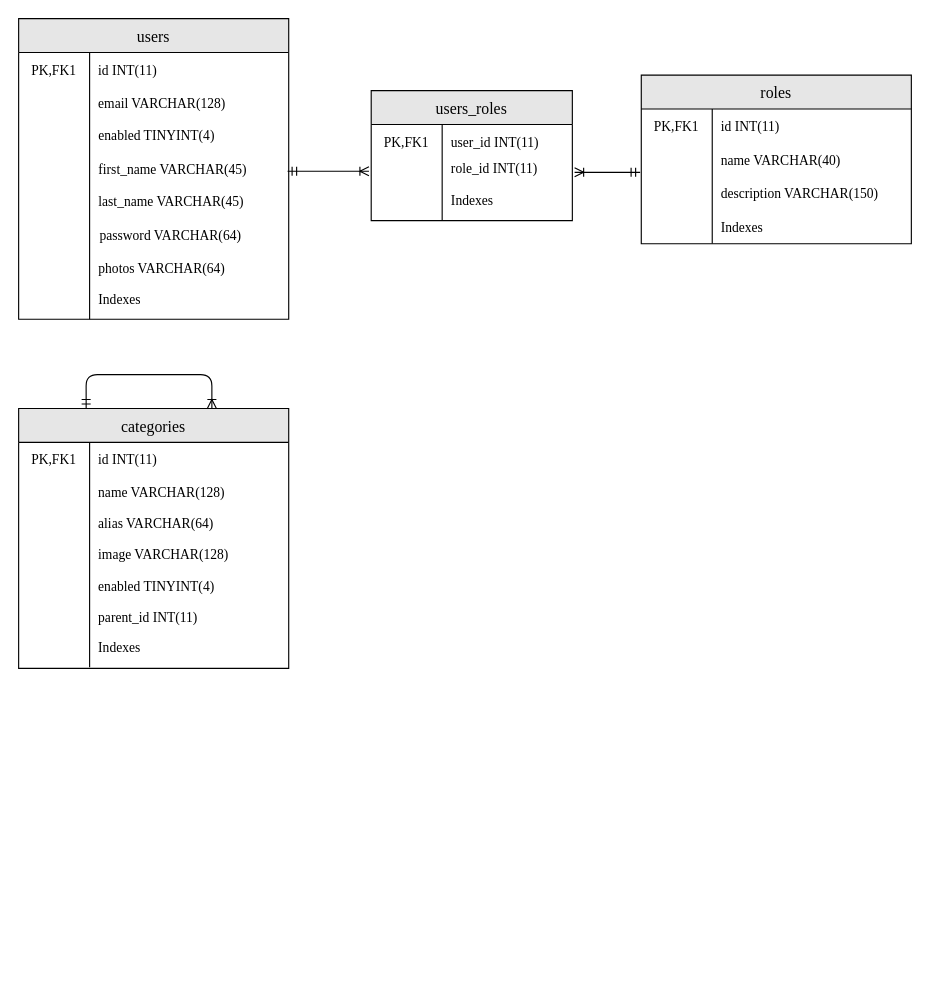
The draw.io diagram page "Admin-ER-01" (2 of 2) of 03-Solution Design/02-Use Case, Classes, Database/ER Diagram.drawio in jiangchufeng/Conversion-Final-Project-Spring-Boot-Online-Shopping-Website, before the edit. Source tidied: cells renumbered, new cells numbered last; positions are measured from the earlier drawing's top-left corner, leaving out a move shared by most shapes. Both pictures are drawn from the tidied source at 113%, with x=0, y=0 at pixel (18, 18).
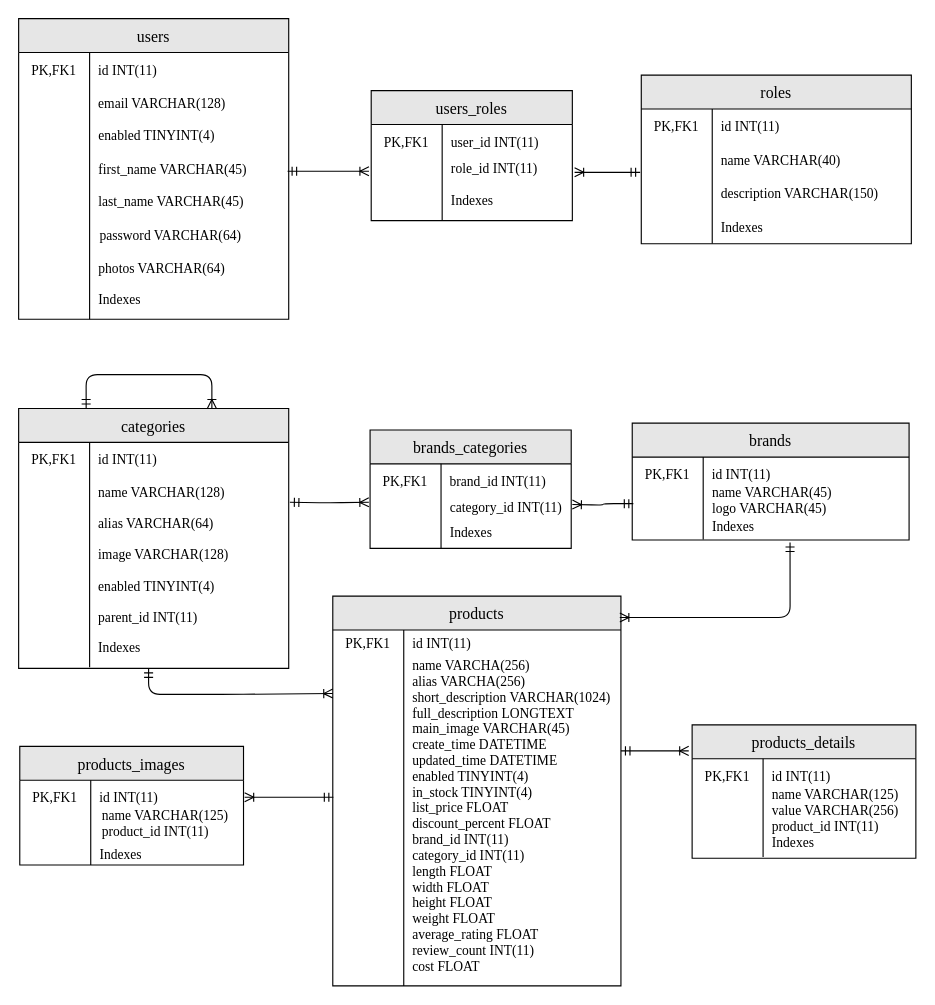
Above is the later version.

Commit message (it also covers changes not shown here):
Add ER-Product Module

Diff of the diagram source:
```diff
@@
+    <mxCell id="60" style="group;" parent="1" vertex="1">
+      <mxGeometry x="311" y="364" width="194.3" height="114.7" as="geometry" />
+    </mxCell>
+    <mxCell id="61" value="brands_categories" style="shape=table;startSize=30;childLayout=tableLayout;rowLines=0;fontStyle=0;align=center;labelBackgroundColor=none;fontFamily=Times New Roman;fontSize=14;fillColor=#E6E6E6;" parent="60" vertex="1">
+      <mxGeometry width="178" height="104.8" as="geometry" />
+    </mxCell>
+    <mxCell id="62" style="shape=tableRow;horizontal=0;startSize=0;swimlaneHead=0;swimlaneBody=0;fillColor=none;top=0;left=0;right=0;bottom=0;labelBackgroundColor=none;fontFamily=Times New Roman;" parent="61" vertex="1">
+      <mxGeometry y="30" width="178" height="30" as="geometry" />
+    </mxCell>
+    <mxCell id="63" value="PK,FK1" style="shape=partialRectangle;fillColor=none;top=0;left=0;bottom=0;right=0;fontStyle=0;overflow=hidden;labelBackgroundColor=none;fontFamily=Times New Roman;" parent="62" vertex="1">
+      <mxGeometry width="62.8" height="30" as="geometry" />
+    </mxCell>
+    <mxCell id="64" value="brand_id INT(11) " style="shape=partialRectangle;fillColor=none;top=0;left=0;bottom=0;right=0;align=left;spacingLeft=6;fontStyle=0;overflow=hidden;labelBackgroundColor=none;fontFamily=Times New Roman;" parent="62" vertex="1">
+      <mxGeometry x="62.8" width="115.2" height="30" as="geometry" />
+    </mxCell>
+    <mxCell id="65" style="shape=tableRow;horizontal=0;startSize=0;swimlaneHead=0;swimlaneBody=0;fillColor=none;points=[[0,0.5],[1,0.5]];portConstraint=eastwest;top=0;left=0;right=0;bottom=0;labelBackgroundColor=none;fontFamily=Times New Roman;" parent="61" vertex="1">
+      <mxGeometry y="60" width="178" height="45" as="geometry" />
+    </mxCell>
+    <mxCell id="66" style="shape=partialRectangle;fillColor=none;top=0;left=0;bottom=0;right=0;overflow=hidden;labelBackgroundColor=none;fontFamily=Times New Roman;" parent="65" vertex="1">
+      <mxGeometry width="62.8" height="45" as="geometry" />
+    </mxCell>
+    <mxCell id="67" style="shape=partialRectangle;fillColor=none;top=0;left=0;bottom=0;right=0;align=left;spacingLeft=6;overflow=hidden;labelBackgroundColor=none;fontFamily=Times New Roman;" parent="65" vertex="1">
+      <mxGeometry x="62.8" width="115.2" height="45" as="geometry" />
+    </mxCell>
+    <mxCell id="68" value="category_id INT(11) " style="shape=partialRectangle;fillColor=none;top=0;left=0;bottom=0;right=0;align=left;spacingLeft=6;fontStyle=0;overflow=hidden;labelBackgroundColor=none;fontFamily=Times New Roman;" parent="60" vertex="1">
+      <mxGeometry x="63" y="53" width="107" height="30" as="geometry" />
+    </mxCell>
+    <mxCell id="69" value="Indexes" style="shape=partialRectangle;fillColor=none;top=0;left=0;bottom=0;right=0;align=left;spacingLeft=6;fontStyle=0;overflow=hidden;labelBackgroundColor=none;fontFamily=Times New Roman;" parent="60" vertex="1">
+      <mxGeometry x="63" y="78.3" width="112" height="24.6" as="geometry" />
+    </mxCell>
+    <mxCell id="70" style="group;" parent="1" vertex="1">
+      <mxGeometry x="560" y="356" width="245" height="101" as="geometry" />
+    </mxCell>
+    <mxCell id="71" value="brands" style="shape=table;startSize=30;childLayout=tableLayout;rowLines=0;fontStyle=0;align=center;labelBackgroundColor=none;fontFamily=Times New Roman;fontSize=14;fillColor=#E6E6E6;" parent="70" vertex="1">
+      <mxGeometry x="-17" y="2" width="245" height="103.4" as="geometry" />
+    </mxCell>
+    <mxCell id="72" style="shape=tableRow;horizontal=0;startSize=0;swimlaneHead=0;swimlaneBody=0;fillColor=none;top=0;left=0;right=0;bottom=0;labelBackgroundColor=none;fontFamily=Times New Roman;" parent="71" vertex="1">
+      <mxGeometry y="30" width="245" height="30" as="geometry" />
+    </mxCell>
+    <mxCell id="73" value="PK,FK1" style="shape=partialRectangle;fillColor=none;top=0;left=0;bottom=0;right=0;fontStyle=0;overflow=hidden;labelBackgroundColor=none;fontFamily=Times New Roman;" parent="72" vertex="1">
+      <mxGeometry width="62.8" height="30" as="geometry" />
+    </mxCell>
+    <mxCell id="74" value="id INT(11) " style="shape=partialRectangle;fillColor=none;top=0;left=0;bottom=0;right=0;align=left;spacingLeft=6;fontStyle=0;overflow=hidden;labelBackgroundColor=none;fontFamily=Times New Roman;" parent="72" vertex="1">
+      <mxGeometry x="62.8" width="182.2" height="30" as="geometry" />
+    </mxCell>
+    <mxCell id="75" style="shape=tableRow;horizontal=0;startSize=0;swimlaneHead=0;swimlaneBody=0;fillColor=none;points=[[0,0.5],[1,0.5]];portConstraint=eastwest;top=0;left=0;right=0;bottom=0;labelBackgroundColor=none;fontFamily=Times New Roman;" parent="71" vertex="1">
+      <mxGeometry y="60" width="245" height="43" as="geometry" />
+    </mxCell>
+    <mxCell id="76" style="shape=partialRectangle;fillColor=none;top=0;left=0;bottom=0;right=0;overflow=hidden;labelBackgroundColor=none;fontFamily=Times New Roman;" parent="75" vertex="1">
+      <mxGeometry width="62.8" height="43" as="geometry" />
+    </mxCell>
+    <mxCell id="77" style="shape=partialRectangle;fillColor=none;top=0;left=0;bottom=0;right=0;align=left;spacingLeft=6;overflow=hidden;labelBackgroundColor=none;fontFamily=Times New Roman;" parent="75" vertex="1">
+      <mxGeometry x="62.8" width="182.2" height="43" as="geometry" />
+    </mxCell>
+    <mxCell id="78" value="Indexes" style="shape=partialRectangle;fillColor=none;top=0;left=0;bottom=0;right=0;align=left;spacingLeft=6;fontStyle=0;overflow=hidden;labelBackgroundColor=none;fontFamily=Times New Roman;" parent="70" vertex="1">
+      <mxGeometry x="46" y="82.8" width="177.7" height="20.2" as="geometry" />
+    </mxCell>
+    <mxCell id="79" value="name VARCHAR(45)&#10;logo VARCHAR(45)" style="shape=partialRectangle;fillColor=none;top=0;left=0;bottom=0;right=0;align=left;spacingLeft=6;fontStyle=0;overflow=hidden;labelBackgroundColor=none;fontFamily=Times New Roman;" parent="70" vertex="1">
+      <mxGeometry x="46" y="55" width="174.7" height="30.3" as="geometry" />
+    </mxCell>
+    <mxCell id="80" style="edgeStyle=orthogonalEdgeStyle;html=1;endArrow=ERoneToMany;startArrow=ERmandOne;labelBackgroundColor=none;fontFamily=Verdana;fontSize=14;entryX=-0.006;entryY=0.089;entryDx=0;entryDy=0;entryPerimeter=0;" parent="1" edge="1" target="65">
+      <mxGeometry relative="1" as="geometry">
+        <mxPoint x="240" y="428" as="sourcePoint" />
+      </mxGeometry>
+    </mxCell>
+    <mxCell id="81" style="edgeStyle=orthogonalEdgeStyle;html=1;endArrow=ERoneToMany;startArrow=ERmandOne;labelBackgroundColor=none;fontFamily=Verdana;fontSize=14;exitX=0.004;exitY=0.261;exitDx=0;exitDy=0;exitPerimeter=0;" parent="1" edge="1" source="75">
+      <mxGeometry relative="1" as="geometry">
+        <mxPoint x="490" y="430" as="targetPoint" />
+      </mxGeometry>
+    </mxCell>
+    <mxCell id="82" value="products" style="shape=table;startSize=30;childLayout=tableLayout;rowLines=0;fontStyle=0;align=center;labelBackgroundColor=none;fontFamily=Times New Roman;fontSize=14;fillColor=#E6E6E6;" parent="1" vertex="1">
+      <mxGeometry x="278" y="511" width="255" height="345" as="geometry" />
+    </mxCell>
+    <mxCell id="83" style="shape=tableRow;horizontal=0;startSize=0;swimlaneHead=0;swimlaneBody=0;fillColor=none;top=0;left=0;right=0;bottom=0;labelBackgroundColor=none;fontFamily=Times New Roman;" parent="82" vertex="1">
+      <mxGeometry y="30" width="255" height="23" as="geometry" />
+    </mxCell>
+    <mxCell id="84" value="PK,FK1" style="shape=partialRectangle;fillColor=none;top=0;left=0;bottom=0;right=0;fontStyle=0;overflow=hidden;labelBackgroundColor=none;fontFamily=Times New Roman;" parent="83" vertex="1">
+      <mxGeometry width="62.8" height="23" as="geometry" />
+    </mxCell>
+    <mxCell id="85" value="id INT(11) " style="shape=partialRectangle;fillColor=none;top=0;left=0;bottom=0;right=0;align=left;spacingLeft=6;fontStyle=0;overflow=hidden;labelBackgroundColor=none;fontFamily=Times New Roman;" parent="83" vertex="1">
+      <mxGeometry x="62.8" width="192.2" height="23" as="geometry" />
+    </mxCell>
+    <mxCell id="86" style="shape=tableRow;horizontal=0;startSize=0;swimlaneHead=0;swimlaneBody=0;fillColor=none;points=[[0,0.5],[1,0.5]];portConstraint=eastwest;top=0;left=0;right=0;bottom=0;labelBackgroundColor=none;fontFamily=Times New Roman;" parent="82" vertex="1">
+      <mxGeometry y="53" width="255" height="292" as="geometry" />
+    </mxCell>
+    <mxCell id="87" style="shape=partialRectangle;fillColor=none;top=0;left=0;bottom=0;right=0;overflow=hidden;labelBackgroundColor=none;fontFamily=Times New Roman;" parent="86" vertex="1">
+      <mxGeometry width="62.8" height="292" as="geometry" />
+    </mxCell>
+    <mxCell id="88" value="name VARCHA(256)&#10;alias VARCHA(256)&#10;short_description VARCHAR(1024)&#10;full_description LONGTEXT&#10;main_image VARCHAR(45)&#10;create_time DATETIME&#10;updated_time DATETIME&#10;enabled TINYINT(4)&#10;in_stock TINYINT(4)&#10;list_price FLOAT&#10;discount_percent FLOAT&#10;brand_id INT(11)&#10;category_id INT(11)&#10;length FLOAT&#10;width FLOAT&#10;height FLOAT&#10;weight FLOAT&#10;average_rating FLOAT&#10;review_count INT(11)&#10;cost FLOAT&#10;&#10;" style="shape=partialRectangle;fillColor=none;top=0;left=0;bottom=0;right=0;align=left;spacingLeft=6;overflow=hidden;labelBackgroundColor=none;fontFamily=Times New Roman;" parent="86" vertex="1">
+      <mxGeometry x="62.8" width="192.2" height="292" as="geometry" />
+    </mxCell>
+    <mxCell id="89" style="edgeStyle=orthogonalEdgeStyle;html=1;endArrow=ERoneToMany;startArrow=ERmandOne;labelBackgroundColor=none;fontFamily=Verdana;fontSize=14;entryX=0;entryY=0.25;entryDx=0;entryDy=0;" parent="1" edge="1" target="82">
+      <mxGeometry relative="1" as="geometry">
+        <mxPoint x="115" y="575" as="sourcePoint" />
+        <Array as="points">
+          <mxPoint x="115" y="598" />
+          <mxPoint x="189" y="598" />
+          <mxPoint x="294" y="597" />
+        </Array>
+      </mxGeometry>
+    </mxCell>
+    <mxCell id="90" style="edgeStyle=orthogonalEdgeStyle;html=1;endArrow=ERoneToMany;startArrow=ERmandOne;labelBackgroundColor=none;fontFamily=Verdana;fontSize=14;exitX=0.57;exitY=1.06;exitDx=0;exitDy=0;exitPerimeter=0;" parent="1" edge="1" source="75">
+      <mxGeometry relative="1" as="geometry">
+        <mxPoint x="532" y="530" as="targetPoint" />
+        <Array as="points">
+          <mxPoint x="683" y="530" />
+        </Array>
+      </mxGeometry>
+    </mxCell>
+    <mxCell id="91" style="group;" parent="1" vertex="1">
+      <mxGeometry x="1" y="644" width="198" height="114.7" as="geometry" />
+    </mxCell>
+    <mxCell id="92" value="products_images" style="shape=table;startSize=30;childLayout=tableLayout;rowLines=0;fontStyle=0;align=center;labelBackgroundColor=none;fontFamily=Times New Roman;fontSize=14;fillColor=#E6E6E6;" parent="91" vertex="1">
+      <mxGeometry width="198" height="105" as="geometry" />
+    </mxCell>
+    <mxCell id="93" style="shape=tableRow;horizontal=0;startSize=0;swimlaneHead=0;swimlaneBody=0;fillColor=none;top=0;left=0;right=0;bottom=0;labelBackgroundColor=none;fontFamily=Times New Roman;" parent="92" vertex="1">
+      <mxGeometry y="30" width="198" height="30" as="geometry" />
+    </mxCell>
+    <mxCell id="94" value="PK,FK1" style="shape=partialRectangle;fillColor=none;top=0;left=0;bottom=0;right=0;fontStyle=0;overflow=hidden;labelBackgroundColor=none;fontFamily=Times New Roman;" parent="93" vertex="1">
+      <mxGeometry width="62.8" height="30" as="geometry" />
+    </mxCell>
+    <mxCell id="95" value="id INT(11) " style="shape=partialRectangle;fillColor=none;top=0;left=0;bottom=0;right=0;align=left;spacingLeft=6;fontStyle=0;overflow=hidden;labelBackgroundColor=none;fontFamily=Times New Roman;" parent="93" vertex="1">
+      <mxGeometry x="62.8" width="135.2" height="30" as="geometry" />
+    </mxCell>
+    <mxCell id="96" style="shape=tableRow;horizontal=0;startSize=0;swimlaneHead=0;swimlaneBody=0;fillColor=none;top=0;left=0;right=0;bottom=0;labelBackgroundColor=none;fontFamily=Times New Roman;" parent="92" vertex="1">
+      <mxGeometry y="60" width="198" height="45" as="geometry" />
+    </mxCell>
+    <mxCell id="97" style="shape=partialRectangle;fillColor=none;top=0;left=0;bottom=0;right=0;overflow=hidden;labelBackgroundColor=none;fontFamily=Times New Roman;" parent="96" vertex="1">
+      <mxGeometry width="62.8" height="45" as="geometry" />
+    </mxCell>
+    <mxCell id="98" style="shape=partialRectangle;fillColor=none;top=0;left=0;bottom=0;right=0;align=left;spacingLeft=6;overflow=hidden;labelBackgroundColor=none;fontFamily=Times New Roman;" parent="96" vertex="1">
+      <mxGeometry x="62.8" width="135.2" height="45" as="geometry" />
+    </mxCell>
+    <mxCell id="99" value="name VARCHAR(125)&#10;product_id INT(11)&#10;" style="shape=partialRectangle;fillColor=none;top=0;left=0;bottom=0;right=0;align=left;spacingLeft=6;fontStyle=0;overflow=hidden;labelBackgroundColor=none;fontFamily=Times New Roman;" parent="91" vertex="1">
+      <mxGeometry x="65" y="52.4" width="127" height="31" as="geometry" />
+    </mxCell>
+    <mxCell id="100" value="Indexes" style="shape=partialRectangle;fillColor=none;top=0;left=0;bottom=0;right=0;align=left;spacingLeft=6;fontStyle=0;overflow=hidden;labelBackgroundColor=none;fontFamily=Times New Roman;" parent="91" vertex="1">
+      <mxGeometry x="63" y="83.3" width="112" height="24.6" as="geometry" />
+    </mxCell>
+    <mxCell id="101" style="edgeStyle=orthogonalEdgeStyle;html=1;endArrow=ERoneToMany;startArrow=ERmandOne;labelBackgroundColor=none;fontFamily=Verdana;fontSize=14;exitX=0.002;exitY=0.429;exitDx=0;exitDy=0;exitPerimeter=0;" parent="1" edge="1" source="86">
+      <mxGeometry relative="1" as="geometry">
+        <mxPoint x="200" y="689" as="targetPoint" />
+        <Array as="points">
+          <mxPoint x="200" y="689" />
+        </Array>
+      </mxGeometry>
+    </mxCell>
+    <mxCell id="102" style="group;" parent="1" vertex="1">
+      <mxGeometry x="596" y="625" width="198" height="133" as="geometry" />
+    </mxCell>
+    <mxCell id="103" value="products_details" style="shape=table;startSize=30;childLayout=tableLayout;rowLines=0;fontStyle=0;align=center;labelBackgroundColor=none;fontFamily=Times New Roman;fontSize=14;fillColor=#E6E6E6;" parent="102" vertex="1">
+      <mxGeometry width="198" height="118" as="geometry" />
+    </mxCell>
+    <mxCell id="104" style="shape=tableRow;horizontal=0;startSize=0;swimlaneHead=0;swimlaneBody=0;fillColor=none;top=0;left=0;right=0;bottom=0;labelBackgroundColor=none;fontFamily=Times New Roman;" parent="103" vertex="1">
+      <mxGeometry y="30" width="198" height="30" as="geometry" />
+    </mxCell>
+    <mxCell id="105" value="PK,FK1" style="shape=partialRectangle;fillColor=none;top=0;left=0;bottom=0;right=0;fontStyle=0;overflow=hidden;labelBackgroundColor=none;fontFamily=Times New Roman;" parent="104" vertex="1">
+      <mxGeometry width="62.8" height="30" as="geometry" />
+    </mxCell>
+    <mxCell id="106" value="id INT(11) " style="shape=partialRectangle;fillColor=none;top=0;left=0;bottom=0;right=0;align=left;spacingLeft=6;fontStyle=0;overflow=hidden;labelBackgroundColor=none;fontFamily=Times New Roman;" parent="104" vertex="1">
+      <mxGeometry x="62.8" width="135.2" height="30" as="geometry" />
+    </mxCell>
+    <mxCell id="107" style="shape=tableRow;horizontal=0;startSize=0;swimlaneHead=0;swimlaneBody=0;fillColor=none;top=0;left=0;right=0;bottom=0;labelBackgroundColor=none;fontFamily=Times New Roman;" parent="103" vertex="1">
+      <mxGeometry y="60" width="198" height="57" as="geometry" />
+    </mxCell>
+    <mxCell id="108" style="shape=partialRectangle;fillColor=none;top=0;left=0;bottom=0;right=0;overflow=hidden;labelBackgroundColor=none;fontFamily=Times New Roman;" parent="107" vertex="1">
+      <mxGeometry width="62.8" height="57" as="geometry" />
+    </mxCell>
+    <mxCell id="109" style="shape=partialRectangle;fillColor=none;top=0;left=0;bottom=0;right=0;align=left;spacingLeft=6;overflow=hidden;labelBackgroundColor=none;fontFamily=Times New Roman;" parent="107" vertex="1">
+      <mxGeometry x="62.8" width="135.2" height="57" as="geometry" />
+    </mxCell>
+    <mxCell id="110" value="name VARCHAR(125)&#10;value VARCHAR(256)&#10;product_id INT(11)&#10;" style="shape=partialRectangle;fillColor=none;top=0;left=0;bottom=0;right=0;align=left;spacingLeft=6;fontStyle=0;overflow=hidden;labelBackgroundColor=none;fontFamily=Times New Roman;" parent="102" vertex="1">
+      <mxGeometry x="63" y="53" width="131" height="47.6" as="geometry" />
+    </mxCell>
+    <mxCell id="111" value="Indexes" style="shape=partialRectangle;fillColor=none;top=0;left=0;bottom=0;right=0;align=left;spacingLeft=6;fontStyle=0;overflow=hidden;labelBackgroundColor=none;fontFamily=Times New Roman;" parent="102" vertex="1">
+      <mxGeometry x="63" y="91" width="112" height="24.6" as="geometry" />
+    </mxCell>
+    <mxCell id="112" style="edgeStyle=orthogonalEdgeStyle;html=1;endArrow=ERoneToMany;startArrow=ERmandOne;labelBackgroundColor=none;fontFamily=Verdana;fontSize=14;" parent="1" edge="1">
+      <mxGeometry relative="1" as="geometry">
+        <mxPoint x="533" y="648" as="sourcePoint" />
+        <mxPoint x="593" y="648" as="targetPoint" />
+        <Array as="points">
+          <mxPoint x="533" y="648" />
+        </Array>
+      </mxGeometry>
+    </mxCell>
```
